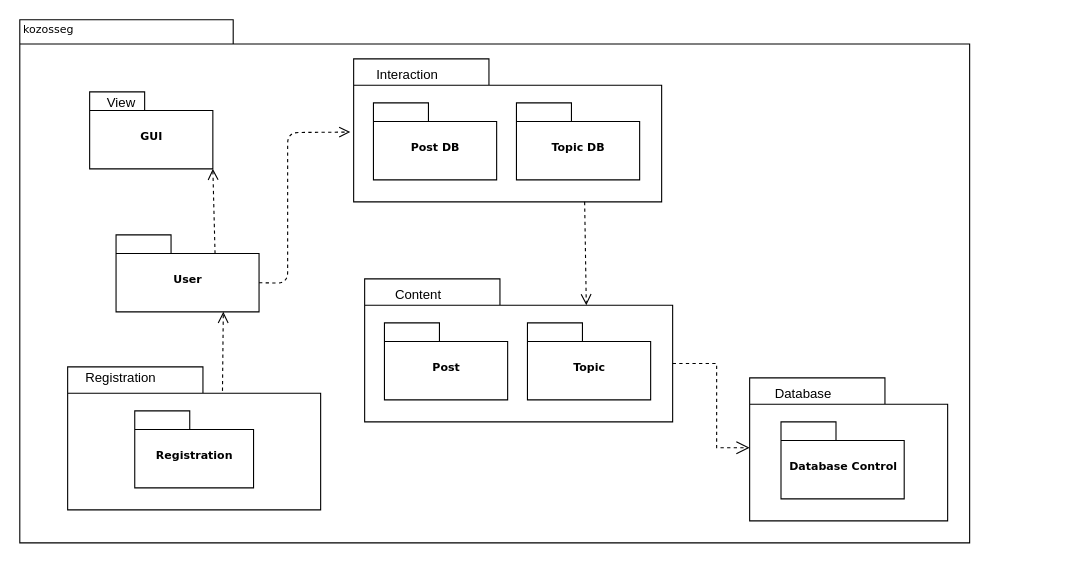
Above: doc/diagrams/Package/package.drawio in kubatovtamas/uzenetSZTEk (draw.io), before the change. Source tidied: cells renumbered, new cells numbered last; positions are measured from the earlier drawing's top-left corner, leaving out a move shared by most shapes. Both pictures are drawn from the tidied source at 110%, with x=0, y=0 at pixel (19, 19).
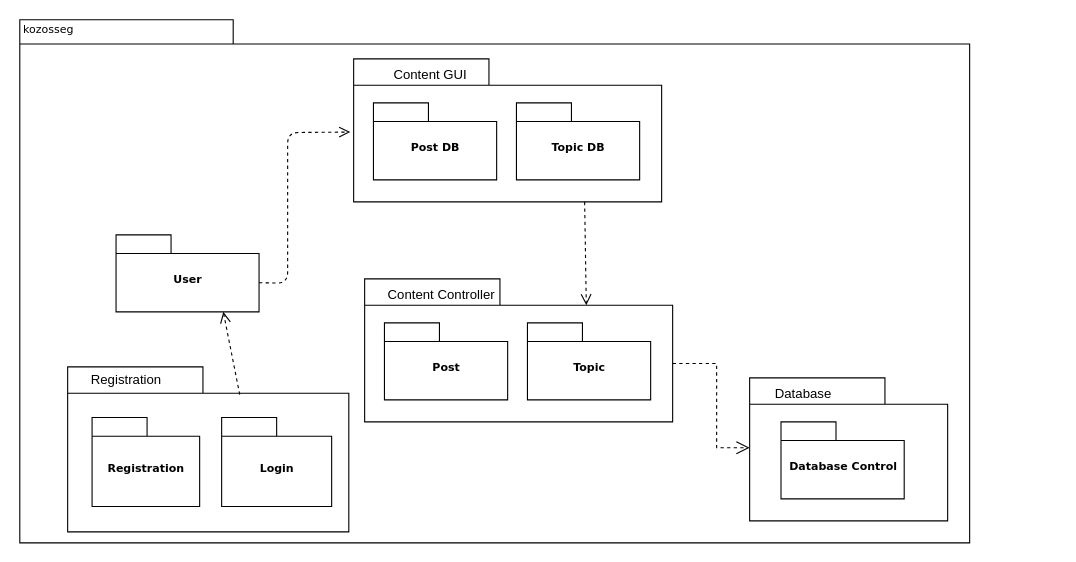
Above is the later version.

The change refers to these unchanged cells:
```xml
<mxCell id="4" value="User" style="shape=folder;fontStyle=1;spacingTop=10;tabWidth=50;tabHeight=17;tabPosition=left;html=1;rounded=0;shadow=0;comic=0;labelBackgroundColor=none;strokeWidth=1;fontFamily=Verdana;fontSize=10;align=center;" parent="3" vertex="1">
  <mxGeometry width="130" height="70" as="geometry" />
</mxCell>
<mxCell id="5" style="group;" parent="1" vertex="1">
  <mxGeometry x="314" y="236" width="280" height="130" as="geometry" />
</mxCell>
<mxCell id="25" style="group;" parent="1" vertex="1">
  <mxGeometry x="304" y="36" width="280" height="130" as="geometry" />
</mxCell>
```

Change to the diagram source:
```diff
@@
-    <mxCell id="9" value="Content" style="text;html=1;strokeColor=none;fillColor=none;align=center;verticalAlign=middle;whiteSpace=wrap;rounded=0;" parent="5" vertex="1">
-      <mxGeometry x="28.5" y="4.5" width="40" height="20" as="geometry" />
+    <mxCell id="9" value="Content Controller" style="text;html=1;strokeColor=none;fillColor=none;align=center;verticalAlign=middle;whiteSpace=wrap;rounded=0;" parent="5" vertex="1">
+      <mxGeometry x="8.5" y="4.5" width="121.5" height="20" as="geometry" />
     </mxCell>
     <mxCell id="10" style="group;" parent="1" vertex="1">
-      <mxGeometry x="44" y="316" width="270" height="130" as="geometry" />
+      <mxGeometry x="44" y="316" width="300" height="150" as="geometry" />
     </mxCell>
     <mxCell id="11" style="shape=folder;fontStyle=1;spacingTop=10;tabWidth=123;tabHeight=24;tabPosition=left;html=1;rounded=0;shadow=0;comic=0;labelBackgroundColor=none;strokeWidth=1;fontFamily=Verdana;fontSize=10;align=center;" parent="10" vertex="1">
-      <mxGeometry width="230" height="130" as="geometry" />
+      <mxGeometry width="255.6" height="150" as="geometry" />
     </mxCell>
     <mxCell id="12" value="Registration" style="shape=folder;fontStyle=1;spacingTop=10;tabWidth=50;tabHeight=17;tabPosition=left;html=1;rounded=0;shadow=0;comic=0;labelBackgroundColor=none;strokeWidth=1;fontFamily=Verdana;fontSize=10;align=center;" parent="10" vertex="1">
-      <mxGeometry x="61" y="40" width="108" height="70" as="geometry" />
+      <mxGeometry x="22.2" y="46.1" width="97.8" height="80.8" as="geometry" />
     </mxCell>
     <mxCell id="13" value="Registration" style="text;html=1;strokeColor=none;fillColor=none;align=center;verticalAlign=middle;whiteSpace=wrap;rounded=0;" parent="10" vertex="1">
-      <mxGeometry x="28.9" width="38.6" height="20" as="geometry" />
+      <mxGeometry x="32.1" width="42.9" height="23.1" as="geometry" />
     </mxCell>
+    <mxCell id="31" value="Login" style="shape=folder;fontStyle=1;spacingTop=10;tabWidth=50;tabHeight=17;tabPosition=left;html=1;rounded=0;shadow=0;comic=0;labelBackgroundColor=none;strokeWidth=1;fontFamily=Verdana;fontSize=10;align=center;" parent="10" vertex="1">
+      <mxGeometry x="140" y="46.1" width="100" height="80.8" as="geometry" />
+    </mxCell>
@@
-    <mxCell id="17" value="GUI" style="shape=folder;fontStyle=1;spacingTop=10;tabWidth=50;tabHeight=17;tabPosition=left;html=1;rounded=0;shadow=0;comic=0;labelBackgroundColor=none;strokeWidth=1;fontFamily=Verdana;fontSize=10;align=center;" parent="1" vertex="1">
-      <mxGeometry x="64" y="66" width="112" height="70" as="geometry" />
-    </mxCell>
-    <mxCell id="18" value="&lt;br&gt;" style="html=1;verticalAlign=bottom;endArrow=open;dashed=1;endSize=8;entryX=0;entryY=0;entryDx=112;entryDy=70;entryPerimeter=0;exitX=0;exitY=0;exitDx=90;exitDy=17;exitPerimeter=0;" parent="1" edge="1" source="4" target="17">
-      <mxGeometry relative="1" as="geometry" />
-    </mxCell>
@@
-    <mxCell id="24" value="View" style="text;html=1;strokeColor=none;fillColor=none;align=center;verticalAlign=middle;whiteSpace=wrap;rounded=0;" parent="1" vertex="1">
-      <mxGeometry x="73" y="66" width="40" height="20" as="geometry" />
-    </mxCell>
@@
-    <mxCell id="29" value="Interaction" style="text;html=1;strokeColor=none;fillColor=none;align=center;verticalAlign=middle;whiteSpace=wrap;rounded=0;" parent="25" vertex="1">
-      <mxGeometry x="28.5" y="4.5" width="40" height="20" as="geometry" />
+    <mxCell id="29" value="Content GUI" style="text;html=1;strokeColor=none;fillColor=none;align=center;verticalAlign=middle;whiteSpace=wrap;rounded=0;" parent="25" vertex="1">
+      <mxGeometry x="28.5" y="4.5" width="81.5" height="20" as="geometry" />
     </mxCell>
```
